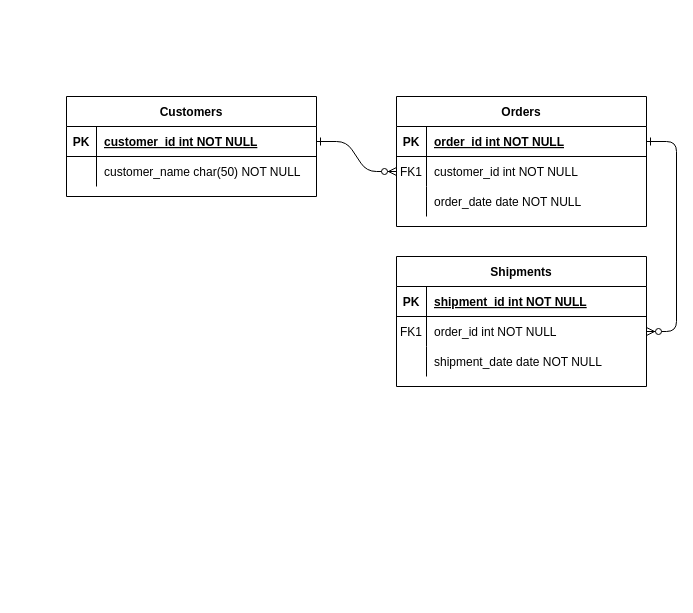
Before: MiniProject3/mongodb-app/publics/Mini Project 3.drawio in endofheat/9OctSECohort, a draw.io diagram. Source tidied: cells renumbered, new cells numbered last; positions are measured from the earlier drawing's top-left corner, leaving out a move shared by most shapes. Both pictures are drawn from the tidied source at 100%, with x=0, y=0 at pixel (66, 96).
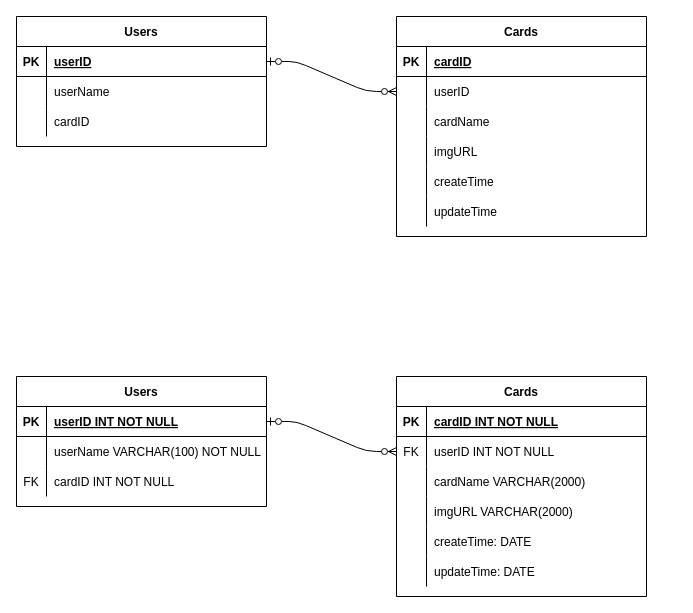
After the change.

Unchanged cells that the change refers to:
```xml
<mxCell id="5" style="shape=partialRectangle;fillColor=none;points=[[0,0.5],[1,0.5]];portConstraint=eastwest;top=0;left=0;right=0;bottom=1;" parent="4" vertex="1">
  <mxGeometry y="30" width="250" height="30" as="geometry" />
</mxCell>
<mxCell id="8" style="shape=partialRectangle;fillColor=none;points=[[0,0.5],[1,0.5]];portConstraint=eastwest;top=0;left=0;right=0;bottom=0;" parent="4" vertex="1">
  <mxGeometry y="60" width="250" height="30" as="geometry" />
</mxCell>
<mxCell id="25" style="shape=partialRectangle;fillColor=none;points=[[0,0.5],[1,0.5]];portConstraint=eastwest;top=0;left=0;right=0;bottom=1;" parent="24" vertex="1">
  <mxGeometry y="30" width="250" height="30" as="geometry" />
</mxCell>
<mxCell id="28" style="shape=partialRectangle;fillColor=none;top=0;left=0;right=0;bottom=0;" parent="24" vertex="1">
  <mxGeometry y="60" width="250" height="30" as="geometry" />
</mxCell>
```

Change to the diagram source:
```diff
@@
-    <mxCell id="2" style="edgeStyle=entityRelationEdgeStyle;endArrow=ERzeroToMany;startArrow=ERone;endFill=1;startFill=0;" parent="1" edge="1" source="25" target="8">
+    <mxCell id="2" style="edgeStyle=entityRelationEdgeStyle;endArrow=ERzeroToMany;startArrow=ERzeroToOne;endFill=1;startFill=0;" parent="1" edge="1" source="25" target="8">
       <mxGeometry relative="1" as="geometry" />
     </mxCell>
-    <mxCell id="3" style="edgeStyle=entityRelationEdgeStyle;endArrow=ERzeroToMany;startArrow=ERone;endFill=1;startFill=0;" parent="1" edge="1" source="5" target="18">
-      <mxGeometry relative="1" as="geometry" />
-    </mxCell>
-    <mxCell id="4" value="Orders" style="shape=table;startSize=30;childLayout=tableLayout;rowLines=0;fontStyle=1;align=center;" parent="1" vertex="1">
-      <mxGeometry x="330" width="250" height="130" as="geometry" />
+    <mxCell id="4" value="Cards" style="shape=table;startSize=30;childLayout=tableLayout;rowLines=0;fontStyle=1;align=center;" parent="1" vertex="1">
+      <mxGeometry x="330" y="-80" width="250" height="220" as="geometry" />
     </mxCell>
@@
-    <mxCell id="7" value="order_id int NOT NULL " style="shape=partialRectangle;overflow=hidden;fillColor=none;top=0;left=0;bottom=0;right=0;align=left;spacingLeft=6;fontStyle=5;" parent="5" vertex="1">
+    <mxCell id="7" value="cardID" style="shape=partialRectangle;overflow=hidden;fillColor=none;top=0;left=0;bottom=0;right=0;align=left;spacingLeft=6;fontStyle=5;" parent="5" vertex="1">
       <mxGeometry x="30" width="220" height="30" as="geometry" />
     </mxCell>
@@
-    <mxCell id="9" value="FK1" style="shape=partialRectangle;overflow=hidden;fillColor=none;top=0;left=0;bottom=0;right=0;" parent="8" vertex="1">
+    <mxCell id="9" style="shape=partialRectangle;overflow=hidden;fillColor=none;top=0;left=0;bottom=0;right=0;" parent="8" vertex="1">
       <mxGeometry width="30" height="30" as="geometry" />
     </mxCell>
-    <mxCell id="10" value="customer_id int NOT NULL" style="shape=partialRectangle;overflow=hidden;fillColor=none;top=0;left=0;bottom=0;right=0;align=left;spacingLeft=6;" parent="8" vertex="1">
+    <mxCell id="10" value="userID" style="shape=partialRectangle;overflow=hidden;fillColor=none;top=0;left=0;bottom=0;right=0;align=left;spacingLeft=6;" parent="8" vertex="1">
       <mxGeometry x="30" width="220" height="30" as="geometry" />
     </mxCell>
+    <mxCell id="31" style="shape=partialRectangle;fillColor=none;top=0;left=0;right=0;bottom=0;" parent="4" vertex="1">
+      <mxGeometry y="90" width="250" height="30" as="geometry" />
+    </mxCell>
+    <mxCell id="32" style="shape=partialRectangle;overflow=hidden;fillColor=none;top=0;left=0;bottom=0;right=0;" parent="31" vertex="1">
+      <mxGeometry width="30" height="30" as="geometry" />
+    </mxCell>
+    <mxCell id="33" value="cardName" style="shape=partialRectangle;overflow=hidden;fillColor=none;top=0;left=0;bottom=0;right=0;align=left;spacingLeft=6;" parent="31" vertex="1">
+      <mxGeometry x="30" width="220" height="30" as="geometry" />
+    </mxCell>
     <mxCell id="11" style="shape=partialRectangle;fillColor=none;top=0;left=0;right=0;bottom=0;" parent="4" vertex="1">
-      <mxGeometry y="90" width="250" height="30" as="geometry" />
+      <mxGeometry y="120" width="250" height="30" as="geometry" />
     </mxCell>
@@
-    <mxCell id="13" value="order_date date NOT NULL" style="shape=partialRectangle;overflow=hidden;fillColor=none;top=0;left=0;bottom=0;right=0;align=left;spacingLeft=6;" parent="11" vertex="1">
+    <mxCell id="13" value="imgURL" style="shape=partialRectangle;overflow=hidden;fillColor=none;top=0;left=0;bottom=0;right=0;align=left;spacingLeft=6;" parent="11" vertex="1">
       <mxGeometry x="30" width="220" height="30" as="geometry" />
     </mxCell>
-    <mxCell id="14" value="Shipments" style="shape=table;startSize=30;childLayout=tableLayout;rowLines=0;fontStyle=1;align=center;" parent="1" vertex="1">
-      <mxGeometry x="330" y="160" width="250" height="130" as="geometry" />
-    </mxCell>
-    <mxCell id="15" style="shape=partialRectangle;fillColor=none;top=0;left=0;right=0;bottom=1;" parent="14" vertex="1">
-      <mxGeometry y="30" width="250" height="30" as="geometry" />
-    </mxCell>
-    <mxCell id="16" value="PK" style="shape=partialRectangle;overflow=hidden;fillColor=none;top=0;left=0;bottom=0;right=0;fontStyle=1;" parent="15" vertex="1">
-      <mxGeometry width="30" height="30" as="geometry" />
-    </mxCell>
-    <mxCell id="17" value="shipment_id int NOT NULL " style="shape=partialRectangle;overflow=hidden;fillColor=none;top=0;left=0;bottom=0;right=0;align=left;spacingLeft=6;fontStyle=5;" parent="15" vertex="1">
-      <mxGeometry x="30" width="220" height="30" as="geometry" />
-    </mxCell>
-    <mxCell id="18" style="shape=partialRectangle;fillColor=none;points=[[0,0.5],[1,0.5]];portConstraint=eastwest;top=0;left=0;right=0;bottom=0;" parent="14" vertex="1">
-      <mxGeometry y="60" width="250" height="30" as="geometry" />
-    </mxCell>
-    <mxCell id="19" value="FK1" style="shape=partialRectangle;overflow=hidden;fillColor=none;top=0;left=0;bottom=0;right=0;" parent="18" vertex="1">
-      <mxGeometry width="30" height="30" as="geometry" />
-    </mxCell>
-    <mxCell id="20" value="order_id int NOT NULL" style="shape=partialRectangle;overflow=hidden;fillColor=none;top=0;left=0;bottom=0;right=0;align=left;spacingLeft=6;" parent="18" vertex="1">
-      <mxGeometry x="30" width="220" height="30" as="geometry" />
-    </mxCell>
-    <mxCell id="21" style="shape=partialRectangle;fillColor=none;top=0;left=0;right=0;bottom=0;" parent="14" vertex="1">
-      <mxGeometry y="90" width="250" height="30" as="geometry" />
-    </mxCell>
-    <mxCell id="22" style="shape=partialRectangle;overflow=hidden;fillColor=none;top=0;left=0;bottom=0;right=0;" parent="21" vertex="1">
-      <mxGeometry width="30" height="30" as="geometry" />
-    </mxCell>
-    <mxCell id="23" value="shipment_date date NOT NULL" style="shape=partialRectangle;overflow=hidden;fillColor=none;top=0;left=0;bottom=0;right=0;align=left;spacingLeft=6;" parent="21" vertex="1">
-      <mxGeometry x="30" width="220" height="30" as="geometry" />
-    </mxCell>
+    <mxCell id="34" style="shape=partialRectangle;fillColor=none;top=0;left=0;right=0;bottom=0;" parent="4" vertex="1">
+      <mxGeometry y="150" width="250" height="30" as="geometry" />
+    </mxCell>
+    <mxCell id="35" style="shape=partialRectangle;overflow=hidden;fillColor=none;top=0;left=0;bottom=0;right=0;" parent="34" vertex="1">
+      <mxGeometry width="30" height="30" as="geometry" />
+    </mxCell>
+    <mxCell id="36" value="createTime" style="shape=partialRectangle;overflow=hidden;fillColor=none;top=0;left=0;bottom=0;right=0;align=left;spacingLeft=6;" parent="34" vertex="1">
+      <mxGeometry x="30" width="220" height="30" as="geometry" />
+    </mxCell>
+    <mxCell id="37" style="shape=partialRectangle;fillColor=none;top=0;left=0;right=0;bottom=0;" parent="4" vertex="1">
+      <mxGeometry y="180" width="250" height="30" as="geometry" />
+    </mxCell>
+    <mxCell id="38" style="shape=partialRectangle;overflow=hidden;fillColor=none;top=0;left=0;bottom=0;right=0;" parent="37" vertex="1">
+      <mxGeometry width="30" height="30" as="geometry" />
+    </mxCell>
+    <mxCell id="39" value="updateTime" style="shape=partialRectangle;overflow=hidden;fillColor=none;top=0;left=0;bottom=0;right=0;align=left;spacingLeft=6;" parent="37" vertex="1">
+      <mxGeometry x="30" width="220" height="30" as="geometry" />
+    </mxCell>
-    <mxCell id="24" value="Customers" style="shape=table;startSize=30;childLayout=tableLayout;rowLines=0;fontStyle=1;align=center;" parent="1" vertex="1">
-      <mxGeometry width="250" height="100" as="geometry" />
+    <mxCell id="24" value="Users" style="shape=table;startSize=30;childLayout=tableLayout;rowLines=0;fontStyle=1;align=center;" parent="1" vertex="1">
+      <mxGeometry x="-50" y="-80" width="250" height="130" as="geometry" />
     </mxCell>
@@
-    <mxCell id="27" value="customer_id int NOT NULL " style="shape=partialRectangle;overflow=hidden;fillColor=none;top=0;left=0;bottom=0;right=0;align=left;spacingLeft=6;fontStyle=5;" parent="25" vertex="1">
+    <mxCell id="27" value="userID" style="shape=partialRectangle;overflow=hidden;fillColor=none;top=0;left=0;bottom=0;right=0;align=left;spacingLeft=6;fontStyle=5;" parent="25" vertex="1">
       <mxGeometry x="30" width="220" height="30" as="geometry" />
     </mxCell>
@@
-    <mxCell id="30" value="customer_name char(50) NOT NULL" style="shape=partialRectangle;overflow=hidden;fillColor=none;top=0;left=0;bottom=0;right=0;align=left;spacingLeft=6;" parent="28" vertex="1">
+    <mxCell id="30" value="userName" style="shape=partialRectangle;overflow=hidden;fillColor=none;top=0;left=0;bottom=0;right=0;align=left;spacingLeft=6;" parent="28" vertex="1">
       <mxGeometry x="30" width="220" height="30" as="geometry" />
     </mxCell>
+    <mxCell id="40" style="shape=partialRectangle;fillColor=none;top=0;left=0;right=0;bottom=0;" parent="24" vertex="1">
+      <mxGeometry y="90" width="250" height="30" as="geometry" />
+    </mxCell>
+    <mxCell id="41" style="shape=partialRectangle;overflow=hidden;fillColor=none;top=0;left=0;bottom=0;right=0;" parent="40" vertex="1">
+      <mxGeometry width="30" height="30" as="geometry" />
+    </mxCell>
+    <mxCell id="42" value="cardID" style="shape=partialRectangle;overflow=hidden;fillColor=none;top=0;left=0;bottom=0;right=0;align=left;spacingLeft=6;" parent="40" vertex="1">
+      <mxGeometry x="30" width="220" height="30" as="geometry" />
+    </mxCell>
+    <mxCell id="43" style="edgeStyle=entityRelationEdgeStyle;endArrow=ERzeroToMany;startArrow=ERzeroToOne;endFill=1;startFill=0;" parent="1" edge="1" target="48">
+      <mxGeometry relative="1" as="geometry">
+        <mxPoint x="200" y="325" as="sourcePoint" />
+      </mxGeometry>
+    </mxCell>
+    <mxCell id="44" value="Cards" style="shape=table;startSize=30;childLayout=tableLayout;rowLines=0;fontStyle=1;align=center;" parent="1" vertex="1">
+      <mxGeometry x="330" y="280" width="250" height="220" as="geometry" />
+    </mxCell>
+    <mxCell id="45" style="shape=partialRectangle;fillColor=none;top=0;left=0;right=0;bottom=1;" parent="44" vertex="1">
+      <mxGeometry y="30" width="250" height="30" as="geometry" />
+    </mxCell>
+    <mxCell id="46" value="PK" style="shape=partialRectangle;overflow=hidden;fillColor=none;top=0;left=0;bottom=0;right=0;fontStyle=1;" parent="45" vertex="1">
+      <mxGeometry width="30" height="30" as="geometry" />
+    </mxCell>
+    <mxCell id="47" value="cardID INT NOT NULL" style="shape=partialRectangle;overflow=hidden;fillColor=none;top=0;left=0;bottom=0;right=0;align=left;spacingLeft=6;fontStyle=5;" parent="45" vertex="1">
+      <mxGeometry x="30" width="220" height="30" as="geometry" />
+    </mxCell>
+    <mxCell id="48" style="shape=partialRectangle;fillColor=none;points=[[0,0.5],[1,0.5]];portConstraint=eastwest;top=0;left=0;right=0;bottom=0;" parent="44" vertex="1">
+      <mxGeometry y="60" width="250" height="30" as="geometry" />
+    </mxCell>
+    <mxCell id="49" value="FK" style="shape=partialRectangle;overflow=hidden;fillColor=none;top=0;left=0;bottom=0;right=0;" parent="48" vertex="1">
+      <mxGeometry width="30" height="30" as="geometry" />
+    </mxCell>
+    <mxCell id="50" value="userID INT NOT NULL" style="shape=partialRectangle;overflow=hidden;fillColor=none;top=0;left=0;bottom=0;right=0;align=left;spacingLeft=6;" parent="48" vertex="1">
+      <mxGeometry x="30" width="220" height="30" as="geometry" />
+    </mxCell>
+    <mxCell id="51" style="shape=partialRectangle;fillColor=none;top=0;left=0;right=0;bottom=0;" parent="44" vertex="1">
+      <mxGeometry y="90" width="250" height="30" as="geometry" />
+    </mxCell>
+    <mxCell id="52" style="shape=partialRectangle;overflow=hidden;fillColor=none;top=0;left=0;bottom=0;right=0;" parent="51" vertex="1">
+      <mxGeometry width="30" height="30" as="geometry" />
+    </mxCell>
+    <mxCell id="53" value="cardName VARCHAR(2000)" style="shape=partialRectangle;overflow=hidden;fillColor=none;top=0;left=0;bottom=0;right=0;align=left;spacingLeft=6;" parent="51" vertex="1">
+      <mxGeometry x="30" width="220" height="30" as="geometry" />
+    </mxCell>
+    <mxCell id="54" style="shape=partialRectangle;fillColor=none;top=0;left=0;right=0;bottom=0;" parent="44" vertex="1">
+      <mxGeometry y="120" width="250" height="30" as="geometry" />
+    </mxCell>
+    <mxCell id="55" style="shape=partialRectangle;overflow=hidden;fillColor=none;top=0;left=0;bottom=0;right=0;" parent="54" vertex="1">
+      <mxGeometry width="30" height="30" as="geometry" />
+    </mxCell>
+    <mxCell id="56" value="imgURL VARCHAR(2000)" style="shape=partialRectangle;overflow=hidden;fillColor=none;top=0;left=0;bottom=0;right=0;align=left;spacingLeft=6;" parent="54" vertex="1">
+      <mxGeometry x="30" width="220" height="30" as="geometry" />
+    </mxCell>
+    <mxCell id="57" style="shape=partialRectangle;fillColor=none;top=0;left=0;right=0;bottom=0;" parent="44" vertex="1">
+      <mxGeometry y="150" width="250" height="30" as="geometry" />
+    </mxCell>
+    <mxCell id="58" style="shape=partialRectangle;overflow=hidden;fillColor=none;top=0;left=0;bottom=0;right=0;" parent="57" vertex="1">
+      <mxGeometry width="30" height="30" as="geometry" />
+    </mxCell>
+    <mxCell id="59" value="createTime: DATE" style="shape=partialRectangle;overflow=hidden;fillColor=none;top=0;left=0;bottom=0;right=0;align=left;spacingLeft=6;" parent="57" vertex="1">
+      <mxGeometry x="30" width="220" height="30" as="geometry" />
+    </mxCell>
+    <mxCell id="60" style="shape=partialRectangle;fillColor=none;top=0;left=0;right=0;bottom=0;" parent="44" vertex="1">
+      <mxGeometry y="180" width="250" height="30" as="geometry" />
+    </mxCell>
+    <mxCell id="61" style="shape=partialRectangle;overflow=hidden;fillColor=none;top=0;left=0;bottom=0;right=0;" parent="60" vertex="1">
+      <mxGeometry width="30" height="30" as="geometry" />
+    </mxCell>
+    <mxCell id="62" value="updateTime: DATE" style="shape=partialRectangle;overflow=hidden;fillColor=none;top=0;left=0;bottom=0;right=0;align=left;spacingLeft=6;" parent="60" vertex="1">
+      <mxGeometry x="30" width="220" height="30" as="geometry" />
+    </mxCell>
+    <mxCell id="63" value="Users" style="shape=table;startSize=30;childLayout=tableLayout;rowLines=0;fontStyle=1;align=center;" parent="1" vertex="1">
+      <mxGeometry x="-50" y="280" width="250" height="130" as="geometry" />
+    </mxCell>
+    <mxCell id="64" style="shape=partialRectangle;fillColor=none;top=0;left=0;right=0;bottom=1;" parent="63" vertex="1">
+      <mxGeometry y="30" width="250" height="30" as="geometry" />
+    </mxCell>
+    <mxCell id="65" value="PK" style="shape=partialRectangle;overflow=hidden;fillColor=none;top=0;left=0;bottom=0;right=0;fontStyle=1;" parent="64" vertex="1">
+      <mxGeometry width="30" height="30" as="geometry" />
+    </mxCell>
+    <mxCell id="66" value="userID INT NOT NULL" style="shape=partialRectangle;overflow=hidden;fillColor=none;top=0;left=0;bottom=0;right=0;align=left;spacingLeft=6;fontStyle=5;" parent="64" vertex="1">
+      <mxGeometry x="30" width="220" height="30" as="geometry" />
+    </mxCell>
+    <mxCell id="67" style="shape=partialRectangle;fillColor=none;top=0;left=0;right=0;bottom=0;" parent="63" vertex="1">
+      <mxGeometry y="60" width="250" height="30" as="geometry" />
+    </mxCell>
+    <mxCell id="68" style="shape=partialRectangle;overflow=hidden;fillColor=none;top=0;left=0;bottom=0;right=0;" parent="67" vertex="1">
+      <mxGeometry width="30" height="30" as="geometry" />
+    </mxCell>
+    <mxCell id="69" value="userName VARCHAR(100) NOT NULL" style="shape=partialRectangle;overflow=hidden;fillColor=none;top=0;left=0;bottom=0;right=0;align=left;spacingLeft=6;" parent="67" vertex="1">
+      <mxGeometry x="30" width="220" height="30" as="geometry" />
+    </mxCell>
+    <mxCell id="70" style="shape=partialRectangle;fillColor=none;top=0;left=0;right=0;bottom=0;" parent="63" vertex="1">
+      <mxGeometry y="90" width="250" height="30" as="geometry" />
+    </mxCell>
+    <mxCell id="71" value="FK" style="shape=partialRectangle;overflow=hidden;fillColor=none;top=0;left=0;bottom=0;right=0;" parent="70" vertex="1">
+      <mxGeometry width="30" height="30" as="geometry" />
+    </mxCell>
+    <mxCell id="72" value="cardID INT NOT NULL" style="shape=partialRectangle;overflow=hidden;fillColor=none;top=0;left=0;bottom=0;right=0;align=left;spacingLeft=6;" parent="70" vertex="1">
+      <mxGeometry x="30" width="220" height="30" as="geometry" />
+    </mxCell>
```
